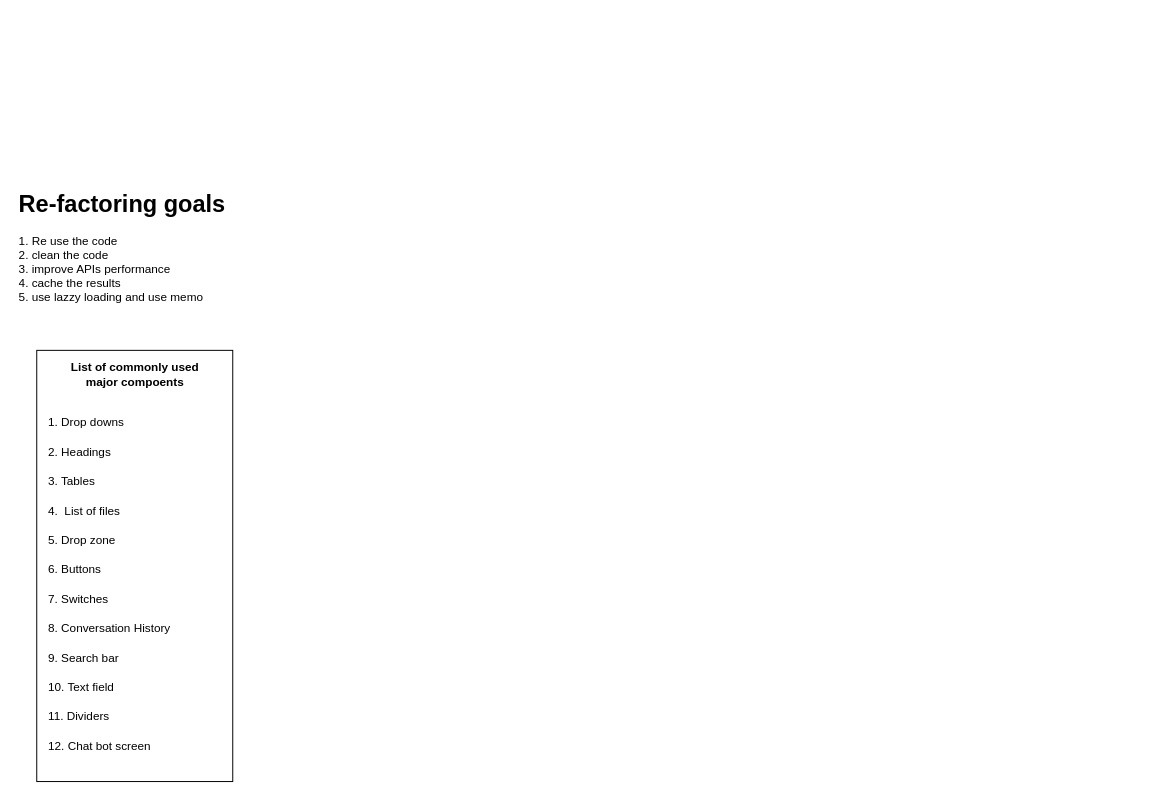
Earlier version of the draw.io diagram components_base_ui.drawio (zeeshan-noname/draw.io). Source tidied: cells renumbered, new cells numbered last; positions are measured from the earlier drawing's top-left corner, leaving out a move shared by most shapes. Both pictures are drawn from the tidied source at 98%, with x=0, y=0 at pixel (17, 183).
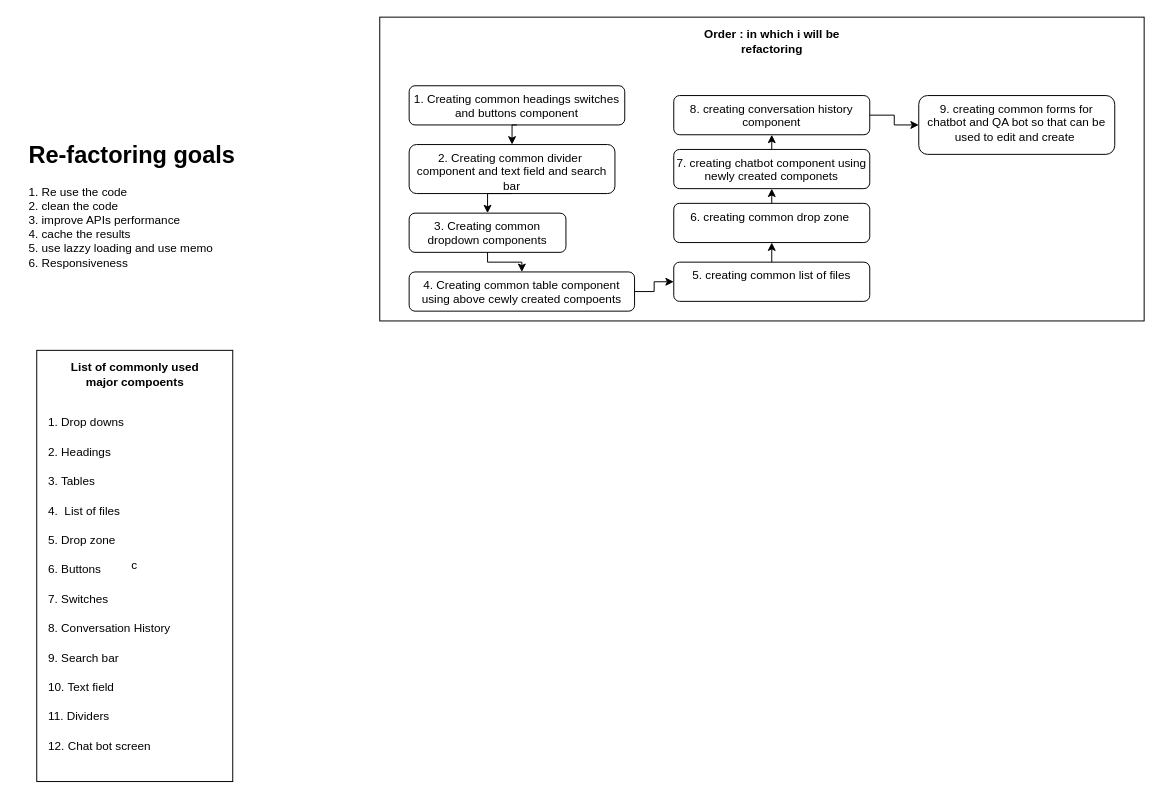
The same page after the edit.

What changed in the source:
```diff
@@
-    <mxCell id="2" value="&lt;h1 style=&quot;margin-top: 0px;&quot;&gt;Re-factoring goals&lt;/h1&gt;&lt;p&gt;1. Re use the code&lt;br&gt;2. clean the code&lt;br&gt;3. improve APIs performance&amp;nbsp;&lt;br&gt;4. cache the results&amp;nbsp;&lt;br&gt;5. use lazzy loading and use memo&lt;/p&gt;" style="text;html=1;whiteSpace=wrap;overflow=hidden;rounded=0;" parent="1" vertex="1">
-      <mxGeometry width="270" height="130" as="geometry" />
+    <mxCell id="2" value="&lt;h1 style=&quot;margin-top: 0px;&quot;&gt;Re-factoring goals&lt;/h1&gt;&lt;p&gt;1. Re use the code&lt;br&gt;2. clean the code&lt;br&gt;3. improve APIs performance&amp;nbsp;&lt;br&gt;4. cache the results&amp;nbsp;&lt;br&gt;5. use lazzy loading and use memo&lt;br&gt;6. Responsiveness&lt;/p&gt;" style="text;html=1;whiteSpace=wrap;overflow=hidden;rounded=0;" parent="1" vertex="1">
+      <mxGeometry x="10" y="-50" width="270" height="150" as="geometry" />
     </mxCell>
-    <mxCell id="3" style="rounded=0;whiteSpace=wrap;html=1;fillColor=none;" parent="1" vertex="1">
+    <mxCell id="3" value="c" style="rounded=0;whiteSpace=wrap;html=1;fillColor=none;" parent="1" vertex="1">
       <mxGeometry x="20" y="170" width="200" height="440" as="geometry" />
     </mxCell>
@@
+    <mxCell id="17" style="rounded=0;whiteSpace=wrap;html=1;fillColor=none;" parent="1" vertex="1">
+      <mxGeometry x="370" y="-170" width="780" height="310" as="geometry" />
+    </mxCell>
+    <mxCell id="18" value="&lt;b&gt;Order : in which i will be refactoring&lt;/b&gt;" style="text;html=1;align=center;verticalAlign=middle;whiteSpace=wrap;rounded=0;" parent="1" vertex="1">
+      <mxGeometry x="687.5" y="-160" width="165" height="30" as="geometry" />
+    </mxCell>
+    <mxCell id="19" style="edgeStyle=orthogonalEdgeStyle;rounded=0;jettySize=auto;html=1;exitX=0.5;exitY=1;exitDx=0;exitDy=0;entryX=0.5;entryY=0;entryDx=0;entryDy=0;" parent="1" edge="1" source="20" target="22">
+      <mxGeometry relative="1" as="geometry" />
+    </mxCell>
+    <mxCell id="20" value="1. Creating common headings switches and buttons component" style="rounded=1;whiteSpace=wrap;html=1;fillColor=none;align=center;verticalAlign=top;" parent="1" vertex="1">
+      <mxGeometry x="400" y="-100" width="220" height="40" as="geometry" />
+    </mxCell>
+    <mxCell id="21" style="edgeStyle=orthogonalEdgeStyle;rounded=0;jettySize=auto;html=1;exitX=0.5;exitY=1;exitDx=0;exitDy=0;entryX=0.5;entryY=0;entryDx=0;entryDy=0;" parent="1" edge="1" source="22" target="24">
+      <mxGeometry relative="1" as="geometry" />
+    </mxCell>
+    <mxCell id="22" value="2. Creating common divider&amp;nbsp; component and text field and search bar" style="rounded=1;whiteSpace=wrap;html=1;fillColor=none;verticalAlign=top;align=center;" parent="1" vertex="1">
+      <mxGeometry x="400" y="-40" width="210" height="50" as="geometry" />
+    </mxCell>
+    <mxCell id="23" style="edgeStyle=orthogonalEdgeStyle;rounded=0;jettySize=auto;html=1;exitX=0.5;exitY=1;exitDx=0;exitDy=0;entryX=0.5;entryY=0;entryDx=0;entryDy=0;" parent="1" edge="1" source="24" target="26">
+      <mxGeometry relative="1" as="geometry">
+        <Array as="points">
+          <mxPoint x="480" y="80" />
+        </Array>
+      </mxGeometry>
+    </mxCell>
+    <mxCell id="24" value="3. Creating common dropdown components" style="rounded=1;whiteSpace=wrap;html=1;fillColor=none;verticalAlign=top;align=center;" parent="1" vertex="1">
+      <mxGeometry x="400" y="30" width="160" height="40" as="geometry" />
+    </mxCell>
+    <mxCell id="25" style="edgeStyle=orthogonalEdgeStyle;rounded=0;jettySize=auto;html=1;exitX=1;exitY=0.5;exitDx=0;exitDy=0;entryX=0;entryY=0.5;entryDx=0;entryDy=0;" parent="1" edge="1" source="26" target="28">
+      <mxGeometry relative="1" as="geometry" />
+    </mxCell>
+    <mxCell id="26" value="4. Creating common table component using above cewly created compoents" style="rounded=1;whiteSpace=wrap;html=1;fillColor=none;verticalAlign=top;align=center;" parent="1" vertex="1">
+      <mxGeometry x="400" y="90" width="230" height="40" as="geometry" />
+    </mxCell>
+    <mxCell id="27" style="edgeStyle=orthogonalEdgeStyle;rounded=0;jettySize=auto;html=1;exitX=0.5;exitY=0;exitDx=0;exitDy=0;entryX=0.5;entryY=1;entryDx=0;entryDy=0;" parent="1" edge="1" source="28" target="30">
+      <mxGeometry relative="1" as="geometry" />
+    </mxCell>
+    <mxCell id="28" value="5. creating common list of files" style="rounded=1;whiteSpace=wrap;html=1;fillColor=none;verticalAlign=top;align=center;" parent="1" vertex="1">
+      <mxGeometry x="670" y="80" width="200" height="40" as="geometry" />
+    </mxCell>
+    <mxCell id="29" style="edgeStyle=orthogonalEdgeStyle;rounded=0;jettySize=auto;html=1;exitX=0.5;exitY=0;exitDx=0;exitDy=0;entryX=0.5;entryY=1;entryDx=0;entryDy=0;" parent="1" edge="1" source="30" target="32">
+      <mxGeometry relative="1" as="geometry" />
+    </mxCell>
+    <mxCell id="30" value="6. creating common drop zone&amp;nbsp;" style="rounded=1;whiteSpace=wrap;html=1;fillColor=none;verticalAlign=top;align=center;" parent="1" vertex="1">
+      <mxGeometry x="670" y="20" width="200" height="40" as="geometry" />
+    </mxCell>
+    <mxCell id="31" style="edgeStyle=orthogonalEdgeStyle;rounded=0;jettySize=auto;html=1;exitX=0.5;exitY=0;exitDx=0;exitDy=0;entryX=0.5;entryY=1;entryDx=0;entryDy=0;" parent="1" edge="1" source="32" target="34">
+      <mxGeometry relative="1" as="geometry" />
+    </mxCell>
+    <mxCell id="32" value="7. creating chatbot component using newly created componets" style="rounded=1;whiteSpace=wrap;html=1;fillColor=none;verticalAlign=top;align=center;" parent="1" vertex="1">
+      <mxGeometry x="670" y="-35" width="200" height="40" as="geometry" />
+    </mxCell>
+    <mxCell id="33" style="edgeStyle=orthogonalEdgeStyle;rounded=0;jettySize=auto;html=1;exitX=1;exitY=0.5;exitDx=0;exitDy=0;entryX=0;entryY=0.5;entryDx=0;entryDy=0;" parent="1" edge="1" source="34" target="35">
+      <mxGeometry relative="1" as="geometry" />
+    </mxCell>
+    <mxCell id="34" value="8. creating conversation history component" style="rounded=1;whiteSpace=wrap;html=1;fillColor=none;verticalAlign=top;align=center;" parent="1" vertex="1">
+      <mxGeometry x="670" y="-90" width="200" height="40" as="geometry" />
+    </mxCell>
+    <mxCell id="35" value="9. creating common forms for chatbot and QA bot so that can be used to edit and create&amp;nbsp;" style="rounded=1;whiteSpace=wrap;html=1;fillColor=none;verticalAlign=top;align=center;" parent="1" vertex="1">
+      <mxGeometry x="920" y="-90" width="200" height="60" as="geometry" />
+    </mxCell>
```
